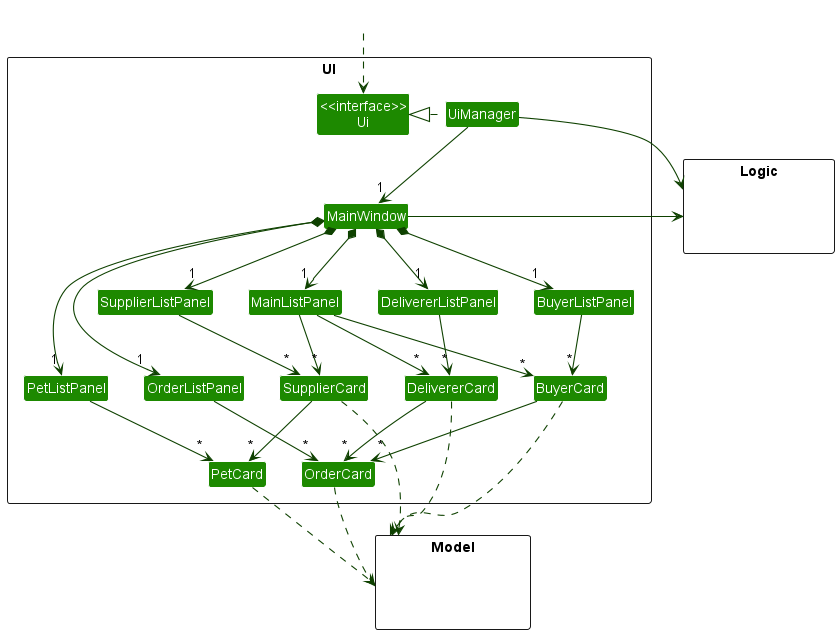
nus-cs2103-AY2223S1/tp keeps this PlantUML diagram as docs/images/UiClassDiagram1.png. Above is the earlier version.
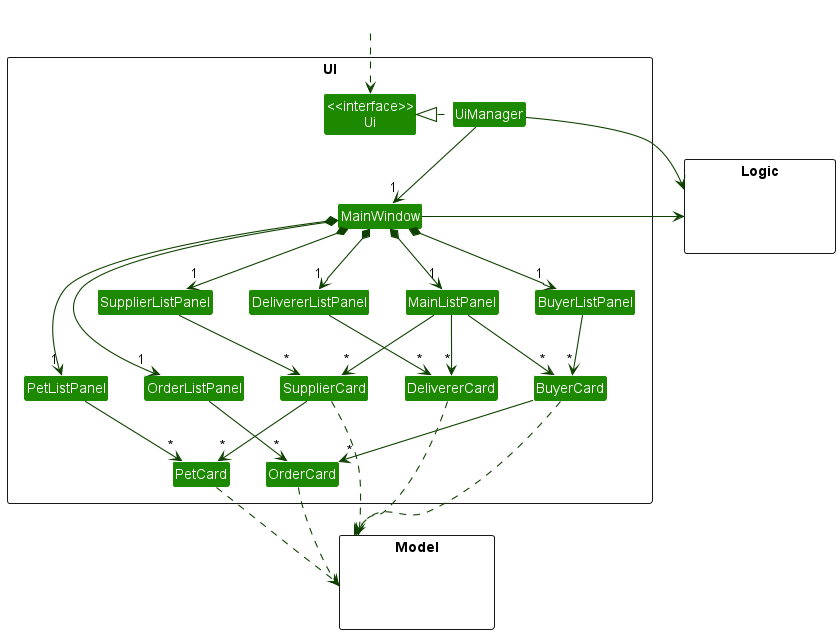
The same diagram one commit later.

Change to the diagram source:
```diff
@@ -54,10 +54,9 @@
 OrderListPanel --> "*" OrderCard
 PetListPanel --> "*" PetCard
 BuyerCard --> "*" OrderCard
-DelivererCard --> "*" OrderCard
 SupplierCard --> "*" PetCard
 
-BuyerCard .down.> Model
+BuyerCard .right.> Model
 DelivererCard .down.> Model
 SupplierCard .down.> Model
 OrderCard .down.> Model
```
